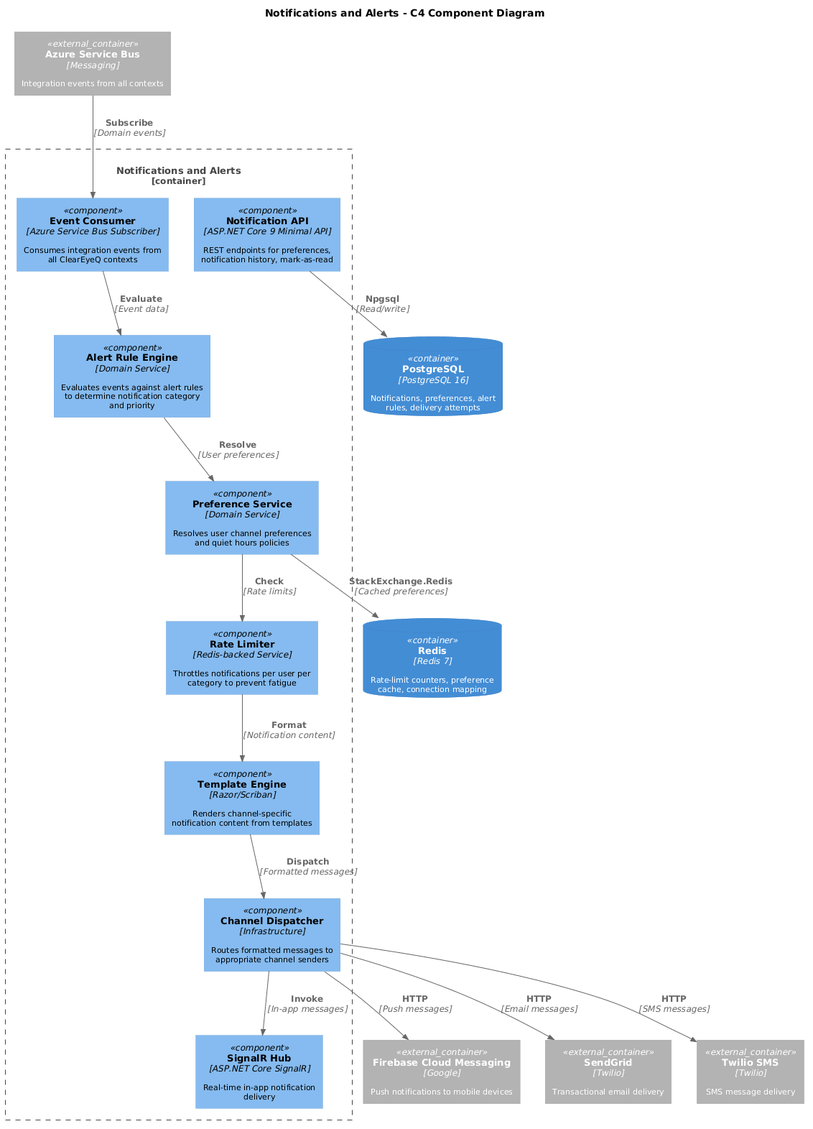
Above: docs/detailed-design/09-notifications-and-alerts/c4-component.png in QuinntyneBrown/ClearEyeQ (PlantUML), before the change.
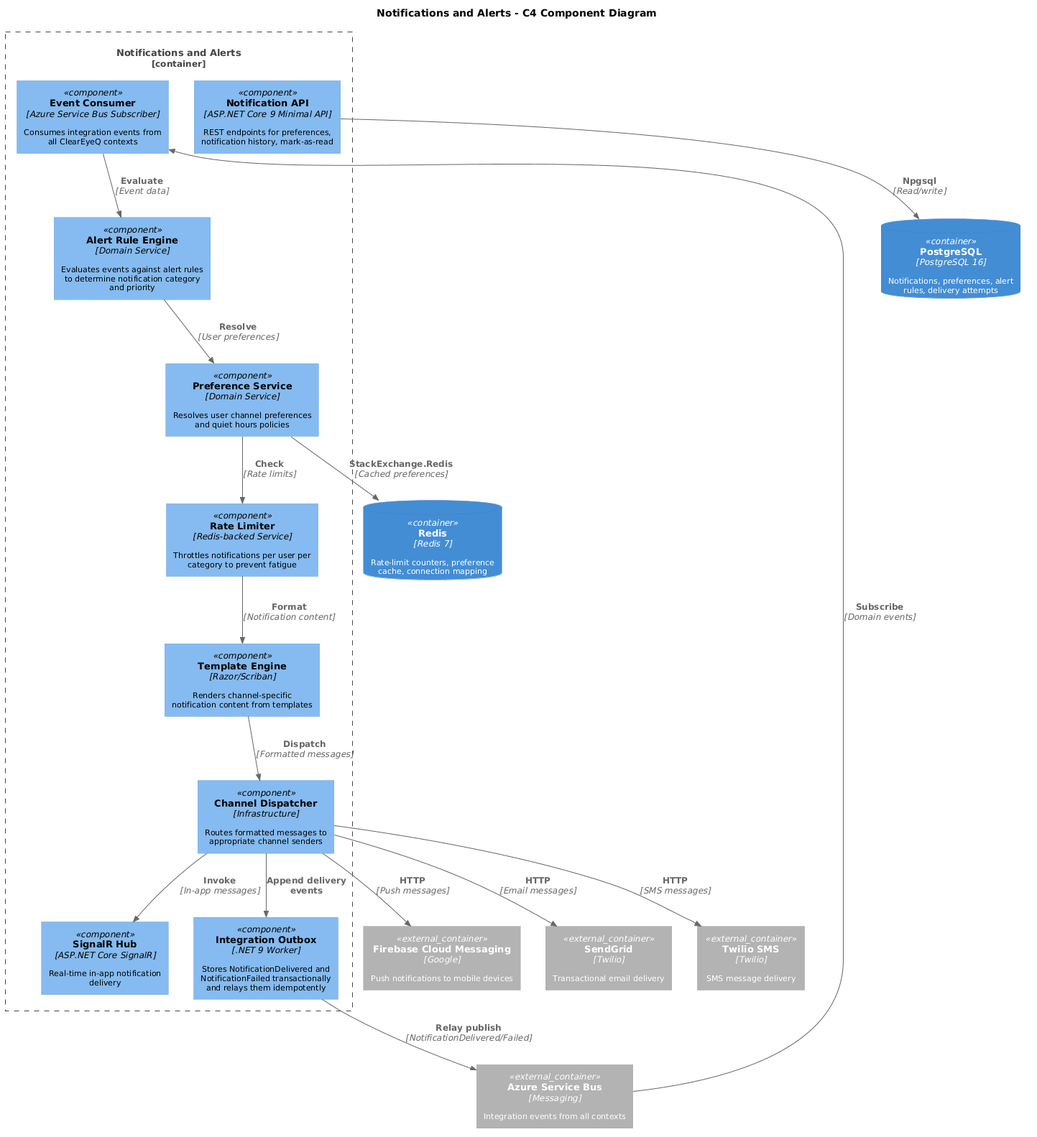
Later version of the same file.

Change to the diagram source:
```diff
@@ -22,6 +22,8 @@
     Component(notifApi, "Notification API", "ASP.NET Core 9 Minimal API", "REST endpoints for preferences, notification history, mark-as-read")
 
     Component(signalrHub, "SignalR Hub", "ASP.NET Core SignalR", "Real-time in-app notification delivery")
+
+    Component(outbox, "Integration Outbox", ".NET 9 Worker", "Stores NotificationDelivered and NotificationFailed transactionally and relays them idempotently")
 }
 
 ContainerDb(postgres, "PostgreSQL", "PostgreSQL 16", "Notifications, preferences, alert rules, delivery attempts")
@@ -42,10 +44,12 @@
 Rel(prefService, rateLimiter, "Check", "Rate limits")
 Rel(rateLimiter, templateEngine, "Format", "Notification content")
 Rel(templateEngine, dispatcher, "Dispatch", "Formatted messages")
+Rel(dispatcher, outbox, "Append delivery events")
 Rel(dispatcher, firebase, "HTTP", "Push messages")
 Rel(dispatcher, signalrHub, "Invoke", "In-app messages")
 Rel(dispatcher, sendgrid, "HTTP", "Email messages")
 Rel(dispatcher, twilio, "HTTP", "SMS messages")
+Rel(outbox, serviceBus, "Relay publish", "NotificationDelivered/Failed")
 Rel(notifApi, postgres, "Npgsql", "Read/write")
 Rel(prefService, redis, "StackExchange.Redis", "Cached preferences")
 @enduml
```
